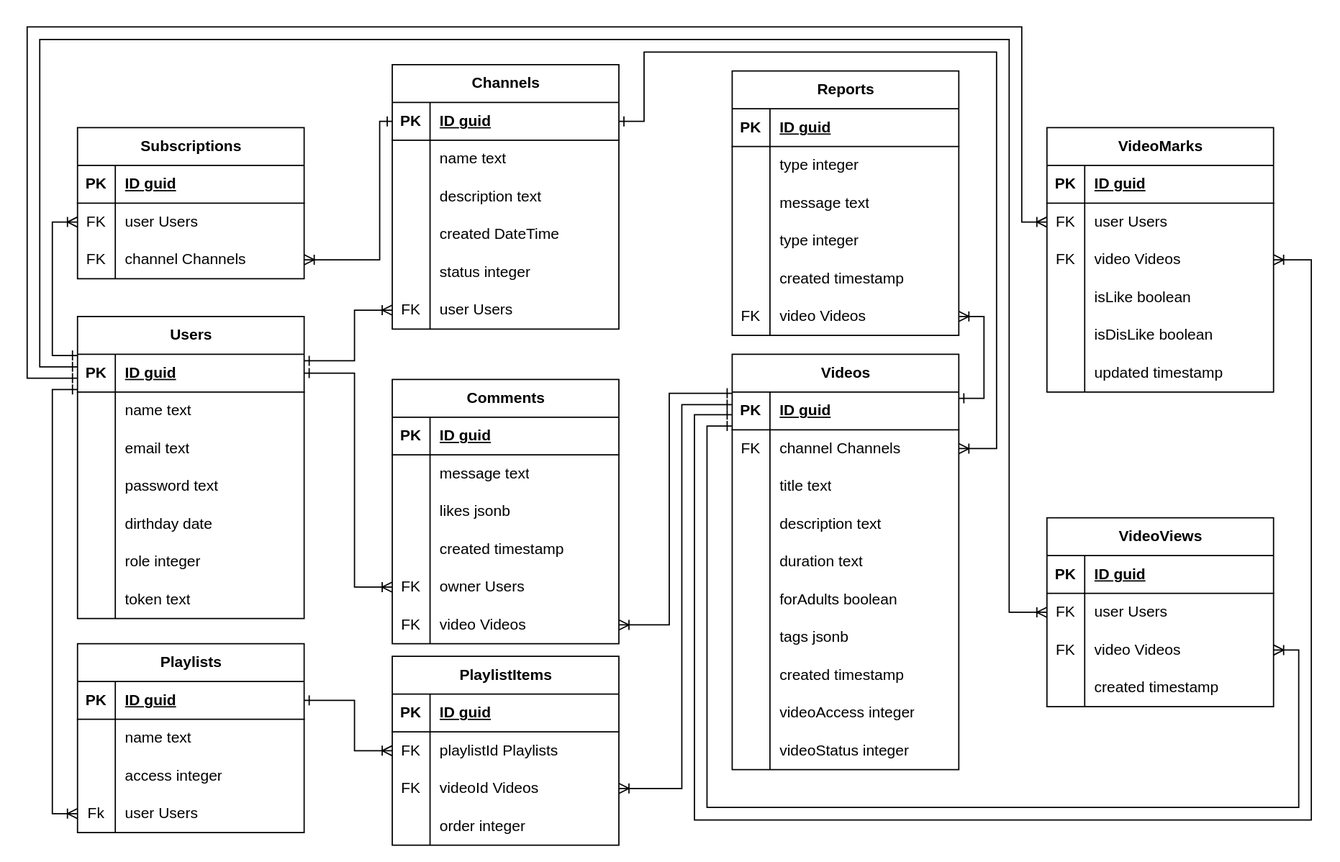
Before: BD.drawio.svg, a diagram exported from draw.io (DioMain/BYTUBE). Source tidied: cells renumbered, new cells last; positions are measured from the earlier drawing's top-left corner, leaving out a move shared by most shapes.
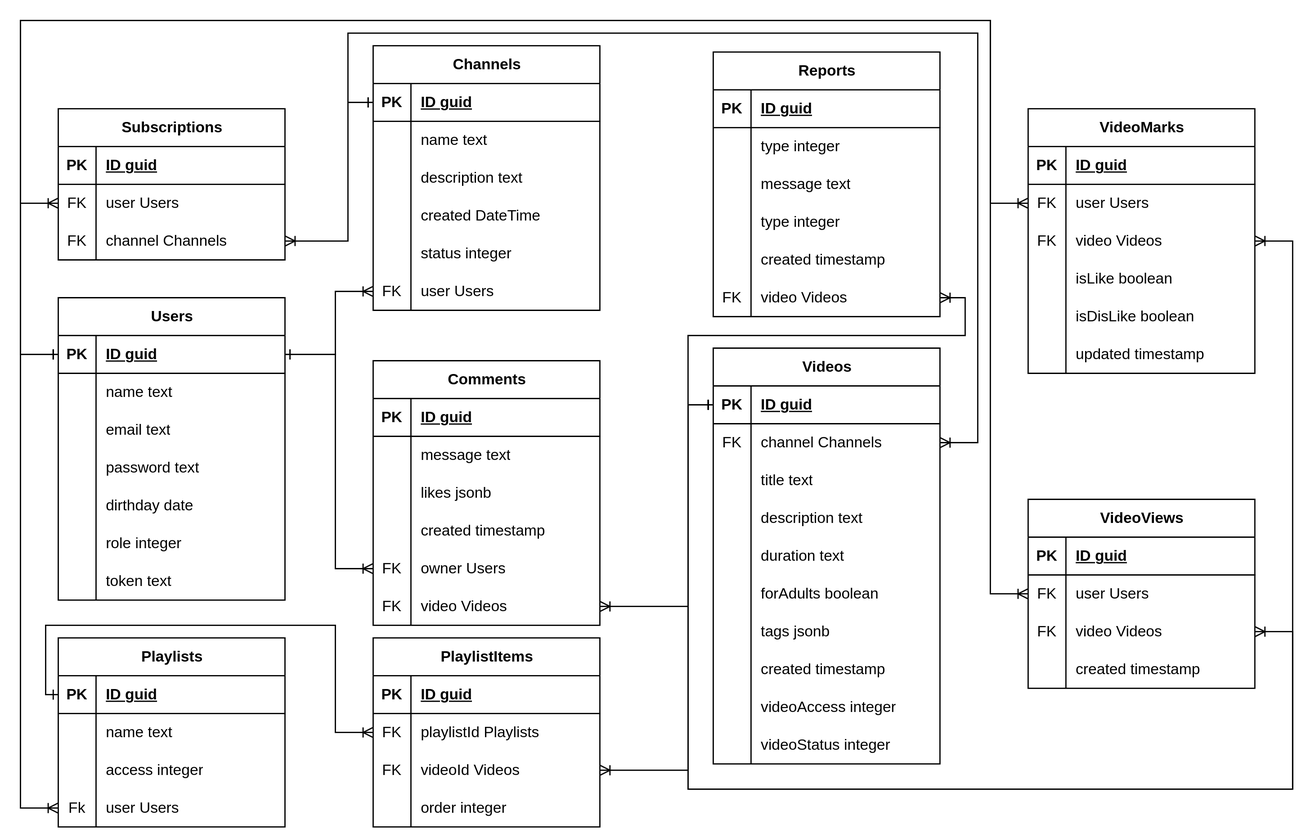
Above is the later version.

What changed in the source:
```diff
@@ -126,7 +126,7 @@
       <mxGeometry x="30" width="150" height="30" as="geometry" />
     </mxCell>
     <mxCell id="43" value="Videos" style="shape=table;startSize=30;rowLines=0;fontStyle=1;align=center;html=1;" parent="1" vertex="1">
-      <mxGeometry x="560" y="260" width="180" height="330" as="geometry" />
+      <mxGeometry x="560" y="270" width="180" height="330" as="geometry" />
     </mxCell>
     <mxCell id="44" style="shape=tableRow;horizontal=0;startSize=0;swimlaneHead=0;swimlaneBody=0;fillColor=none;points=[[0,0.5],[1,0.5]];portConstraint=eastwest;top=0;left=0;right=0;bottom=1;" parent="43" vertex="1">
       <mxGeometry y="30" width="180" height="30" as="geometry" />
@@ -402,7 +402,7 @@
       <mxGeometry x="30" width="150" height="30" as="geometry" />
     </mxCell>
     <mxCell id="135" value="Playlists" style="shape=table;startSize=30;rowLines=0;fontStyle=1;align=center;html=1;" parent="1" vertex="1">
-      <mxGeometry x="40" y="490" width="180" height="150" as="geometry" />
+      <mxGeometry x="40" y="500" width="180" height="150" as="geometry" />
     </mxCell>
     <mxCell id="136" style="shape=tableRow;horizontal=0;startSize=0;swimlaneHead=0;swimlaneBody=0;fillColor=none;points=[[0,0.5],[1,0.5]];portConstraint=eastwest;top=0;left=0;right=0;bottom=1;" parent="135" vertex="1">
       <mxGeometry y="30" width="180" height="30" as="geometry" />
@@ -440,10 +440,10 @@
     <mxCell id="147" value="user Users" style="shape=partialRectangle;fillColor=none;top=0;left=0;bottom=0;right=0;align=left;spacingLeft=6;overflow=hidden;whiteSpace=wrap;html=1;" parent="145" vertex="1">
       <mxGeometry x="30" width="150" height="30" as="geometry" />
     </mxCell>
-    <mxCell id="148" style="edgeStyle=orthogonalEdgeStyle;rounded=0;jettySize=auto;html=1;entryX=0;entryY=0.5;entryDx=0;entryDy=0;exitX=1;exitY=0.174;exitDx=0;exitDy=0;exitPerimeter=0;startArrow=ERone;startFill=0;endArrow=ERoneToMany;endFill=0;" parent="1" edge="1" source="3" target="40">
+    <mxCell id="148" style="edgeStyle=orthogonalEdgeStyle;rounded=0;jettySize=auto;html=1;entryX=0;entryY=0.5;entryDx=0;entryDy=0;exitX=1;exitY=0.5;exitDx=0;exitDy=0;startArrow=ERone;startFill=0;endArrow=ERoneToMany;endFill=0;" parent="1" edge="1" source="3" target="40">
       <mxGeometry relative="1" as="geometry">
         <Array as="points">
-          <mxPoint x="260" y="265" />
+          <mxPoint x="260" y="275" />
           <mxPoint x="260" y="225" />
         </Array>
       </mxGeometry>
@@ -456,26 +456,28 @@
         </Array>
       </mxGeometry>
     </mxCell>
-    <mxCell id="150" style="edgeStyle=orthogonalEdgeStyle;rounded=0;jettySize=auto;html=1;entryX=0;entryY=0.5;entryDx=0;entryDy=0;startArrow=ERone;startFill=0;endArrow=ERoneToMany;endFill=0;" parent="1" edge="1" source="3" target="78">
+    <mxCell id="150" style="edgeStyle=orthogonalEdgeStyle;rounded=0;jettySize=auto;html=1;entryX=0;entryY=0.5;entryDx=0;entryDy=0;startArrow=ERone;startFill=0;endArrow=ERoneToMany;endFill=0;exitX=0;exitY=0.5;exitDx=0;exitDy=0;" parent="1" edge="1" source="3" target="78">
       <mxGeometry relative="1" as="geometry">
         <Array as="points">
-          <mxPoint x="20" y="261" />
-          <mxPoint x="20" y="155" />
+          <mxPoint x="10" y="275" />
+          <mxPoint x="10" y="155" />
         </Array>
       </mxGeometry>
     </mxCell>
     <mxCell id="151" style="edgeStyle=orthogonalEdgeStyle;rounded=0;jettySize=auto;html=1;entryX=1;entryY=0.5;entryDx=0;entryDy=0;startArrow=ERone;startFill=0;endArrow=ERoneToMany;endFill=0;" parent="1" edge="1" source="25" target="81">
       <mxGeometry relative="1" as="geometry">
         <Array as="points">
-          <mxPoint x="280" y="75" />
-          <mxPoint x="280" y="185" />
+          <mxPoint x="270" y="75" />
+          <mxPoint x="270" y="185" />
         </Array>
       </mxGeometry>
     </mxCell>
-    <mxCell id="152" style="edgeStyle=orthogonalEdgeStyle;rounded=0;jettySize=auto;html=1;exitX=1;exitY=0.5;exitDx=0;exitDy=0;entryX=0;entryY=0.5;entryDx=0;entryDy=0;startArrow=ERone;startFill=0;endArrow=ERoneToMany;endFill=0;" parent="1" edge="1" source="136" target="126">
+    <mxCell id="152" style="edgeStyle=orthogonalEdgeStyle;rounded=0;jettySize=auto;html=1;exitX=0;exitY=0.5;exitDx=0;exitDy=0;entryX=0;entryY=0.5;entryDx=0;entryDy=0;startArrow=ERone;startFill=0;endArrow=ERoneToMany;endFill=0;" parent="1" edge="1" source="136" target="126">
       <mxGeometry relative="1" as="geometry">
         <Array as="points">
-          <mxPoint x="260" y="535" />
+          <mxPoint x="30" y="545" />
+          <mxPoint x="30" y="490" />
+          <mxPoint x="260" y="490" />
           <mxPoint x="260" y="575" />
         </Array>
       </mxGeometry>
@@ -584,82 +586,85 @@
     <mxCell id="185" value="created timestamp" style="shape=partialRectangle;fillColor=none;top=0;left=0;bottom=0;right=0;align=left;spacingLeft=6;overflow=hidden;whiteSpace=wrap;html=1;" parent="183" vertex="1">
       <mxGeometry x="30" width="150" height="30" as="geometry" />
     </mxCell>
-    <mxCell id="186" style="edgeStyle=orthogonalEdgeStyle;rounded=0;jettySize=auto;html=1;entryX=1;entryY=0.5;entryDx=0;entryDy=0;endArrow=ERoneToMany;endFill=0;startArrow=ERone;startFill=0;" parent="1" edge="1" source="44" target="100">
+    <mxCell id="186" style="edgeStyle=orthogonalEdgeStyle;rounded=0;jettySize=auto;html=1;entryX=1;entryY=0.5;entryDx=0;entryDy=0;endArrow=ERoneToMany;endFill=0;startArrow=ERone;startFill=0;exitX=0;exitY=0.5;exitDx=0;exitDy=0;" parent="1" edge="1" source="44" target="100">
       <mxGeometry relative="1" as="geometry">
         <Array as="points">
-          <mxPoint x="760" y="295" />
+          <mxPoint x="540" y="315" />
+          <mxPoint x="540" y="260" />
+          <mxPoint x="760" y="260" />
           <mxPoint x="760" y="230" />
         </Array>
       </mxGeometry>
     </mxCell>
-    <mxCell id="187" style="edgeStyle=orthogonalEdgeStyle;rounded=0;jettySize=auto;html=1;entryX=1;entryY=0.5;entryDx=0;entryDy=0;endArrow=ERoneToMany;endFill=0;startArrow=ERone;startFill=0;" parent="1" edge="1" source="44" target="119">
+    <mxCell id="187" style="edgeStyle=orthogonalEdgeStyle;rounded=0;jettySize=auto;html=1;entryX=1;entryY=0.5;entryDx=0;entryDy=0;endArrow=ERoneToMany;endFill=0;startArrow=ERone;startFill=0;exitX=0;exitY=0.5;exitDx=0;exitDy=0;" parent="1" edge="1" source="44" target="119">
       <mxGeometry relative="1" as="geometry">
         <Array as="points">
-          <mxPoint x="510" y="291" />
-          <mxPoint x="510" y="475" />
+          <mxPoint x="540" y="315" />
+          <mxPoint x="540" y="475" />
         </Array>
       </mxGeometry>
     </mxCell>
-    <mxCell id="188" style="edgeStyle=orthogonalEdgeStyle;rounded=0;jettySize=auto;html=1;entryX=1;entryY=0.5;entryDx=0;entryDy=0;endArrow=ERoneToMany;endFill=0;startArrow=ERone;startFill=0;" parent="1" edge="1" source="44" target="129">
+    <mxCell id="188" style="edgeStyle=orthogonalEdgeStyle;rounded=0;jettySize=auto;html=1;entryX=1;entryY=0.5;entryDx=0;entryDy=0;endArrow=ERoneToMany;endFill=0;startArrow=ERone;startFill=0;exitX=0;exitY=0.5;exitDx=0;exitDy=0;" parent="1" edge="1" source="44" target="129">
       <mxGeometry relative="1" as="geometry">
         <Array as="points">
-          <mxPoint x="520" y="300" />
-          <mxPoint x="520" y="605" />
+          <mxPoint x="540" y="315" />
+          <mxPoint x="540" y="605" />
         </Array>
       </mxGeometry>
     </mxCell>
-    <mxCell id="189" style="edgeStyle=orthogonalEdgeStyle;rounded=0;jettySize=auto;html=1;entryX=0;entryY=0.5;entryDx=0;entryDy=0;startArrow=ERone;startFill=0;endArrow=ERoneToMany;endFill=0;" parent="1" edge="1" source="3" target="145">
+    <mxCell id="189" style="edgeStyle=orthogonalEdgeStyle;rounded=0;jettySize=auto;html=1;entryX=0;entryY=0.5;entryDx=0;entryDy=0;startArrow=ERone;startFill=0;endArrow=ERoneToMany;endFill=0;exitX=0;exitY=0.5;exitDx=0;exitDy=0;" parent="1" edge="1" source="3" target="145">
       <mxGeometry relative="1" as="geometry">
         <Array as="points">
-          <mxPoint x="20" y="288" />
-          <mxPoint x="20" y="625" />
+          <mxPoint x="10" y="275" />
+          <mxPoint x="10" y="635" />
         </Array>
       </mxGeometry>
     </mxCell>
-    <mxCell id="190" style="edgeStyle=orthogonalEdgeStyle;rounded=0;jettySize=auto;html=1;entryX=1;entryY=0.5;entryDx=0;entryDy=0;endArrow=ERoneToMany;endFill=0;startArrow=ERone;startFill=0;" parent="1" edge="1" source="44" target="180">
+    <mxCell id="190" style="edgeStyle=orthogonalEdgeStyle;rounded=0;jettySize=auto;html=1;entryX=1;entryY=0.5;entryDx=0;entryDy=0;endArrow=ERoneToMany;endFill=0;startArrow=ERone;startFill=0;exitX=0;exitY=0.5;exitDx=0;exitDy=0;" parent="1" edge="1" source="44" target="180">
       <mxGeometry relative="1" as="geometry">
         <Array as="points">
-          <mxPoint x="540" y="317" />
+          <mxPoint x="540" y="315" />
           <mxPoint x="540" y="620" />
-          <mxPoint x="1010" y="620" />
-          <mxPoint x="1010" y="495" />
+          <mxPoint x="1020" y="620" />
+          <mxPoint x="1020" y="495" />
         </Array>
       </mxGeometry>
     </mxCell>
-    <mxCell id="191" style="edgeStyle=orthogonalEdgeStyle;rounded=0;jettySize=auto;html=1;entryX=1;entryY=0.5;entryDx=0;entryDy=0;endArrow=ERoneToMany;endFill=0;startArrow=ERone;startFill=0;" parent="1" edge="1" source="25" target="47">
+    <mxCell id="191" style="edgeStyle=orthogonalEdgeStyle;rounded=0;jettySize=auto;html=1;entryX=1;entryY=0.5;entryDx=0;entryDy=0;endArrow=ERoneToMany;endFill=0;startArrow=ERone;startFill=0;exitX=0;exitY=0.5;exitDx=0;exitDy=0;" parent="1" edge="1" source="25" target="47">
       <mxGeometry relative="1" as="geometry">
         <Array as="points">
-          <mxPoint x="490" y="75" />
-          <mxPoint x="490" y="20" />
+          <mxPoint x="270" y="75" />
+          <mxPoint x="270" y="20" />
           <mxPoint x="770" y="20" />
-          <mxPoint x="770" y="335" />
+          <mxPoint x="770" y="345" />
         </Array>
       </mxGeometry>
     </mxCell>
-    <mxCell id="192" style="edgeStyle=orthogonalEdgeStyle;rounded=0;jettySize=auto;html=1;entryX=1;entryY=0.5;entryDx=0;entryDy=0;startArrow=ERone;startFill=0;endArrow=ERoneToMany;endFill=0;" parent="1" edge="1" source="44" target="161">
+    <mxCell id="192" style="edgeStyle=orthogonalEdgeStyle;rounded=0;jettySize=auto;html=1;entryX=1;entryY=0.5;entryDx=0;entryDy=0;startArrow=ERone;startFill=0;endArrow=ERoneToMany;endFill=0;" parent="1" edge="1" target="161">
       <mxGeometry relative="1" as="geometry">
+        <mxPoint x="560" y="315" as="sourcePoint" />
         <Array as="points">
-          <mxPoint x="530" y="308" />
-          <mxPoint x="530" y="630" />
-          <mxPoint x="1020" y="630" />
+          <mxPoint x="540" y="315" />
+          <mxPoint x="540" y="620" />
+          <mxPoint x="1020" y="620" />
           <mxPoint x="1020" y="185" />
         </Array>
       </mxGeometry>
     </mxCell>
-    <mxCell id="193" style="edgeStyle=orthogonalEdgeStyle;rounded=0;jettySize=auto;html=1;startArrow=ERone;startFill=0;endArrow=ERoneToMany;endFill=0;" parent="1" edge="1" source="3" target="158">
+    <mxCell id="193" style="edgeStyle=orthogonalEdgeStyle;rounded=0;jettySize=auto;html=1;startArrow=ERone;startFill=0;endArrow=ERoneToMany;endFill=0;exitX=0;exitY=0.5;exitDx=0;exitDy=0;" parent="1" edge="1" source="3" target="158">
       <mxGeometry relative="1" as="geometry">
         <Array as="points">
-          <mxPoint y="279" />
-          <mxPoint />
-          <mxPoint x="790" />
-          <mxPoint x="790" y="155" />
+          <mxPoint x="10" y="275" />
+          <mxPoint x="10" y="10" />
+          <mxPoint x="780" y="10" />
+          <mxPoint x="780" y="155" />
         </Array>
       </mxGeometry>
     </mxCell>
-    <mxCell id="194" style="edgeStyle=orthogonalEdgeStyle;rounded=0;jettySize=auto;html=1;entryX=0;entryY=0.5;entryDx=0;entryDy=0;startArrow=ERone;startFill=0;endArrow=ERoneToMany;endFill=0;" parent="1" edge="1" source="3" target="177">
+    <mxCell id="194" style="edgeStyle=orthogonalEdgeStyle;rounded=0;jettySize=auto;html=1;entryX=0;entryY=0.5;entryDx=0;entryDy=0;startArrow=ERone;startFill=0;endArrow=ERoneToMany;endFill=0;exitX=0;exitY=0.5;exitDx=0;exitDy=0;" parent="1" edge="1" source="3" target="177">
       <mxGeometry relative="1" as="geometry">
         <Array as="points">
-          <mxPoint x="10" y="270" />
+          <mxPoint x="10" y="275" />
           <mxPoint x="10" y="10" />
           <mxPoint x="780" y="10" />
           <mxPoint x="780" y="465" />
```
